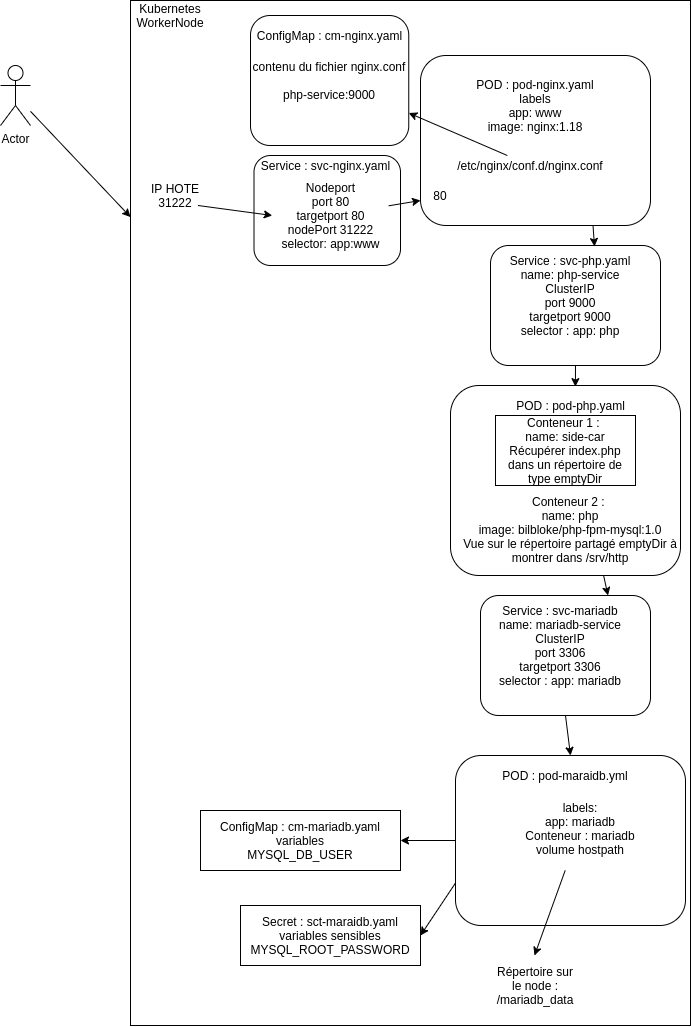
Before: TP_Stack_NPM/Schéma1.png, a diagram exported from draw.io (jpvivier44/Kubernetes). Source tidied: cells renumbered, new cells last; positions are measured from the earlier drawing's top-left corner, leaving out a move shared by most shapes.
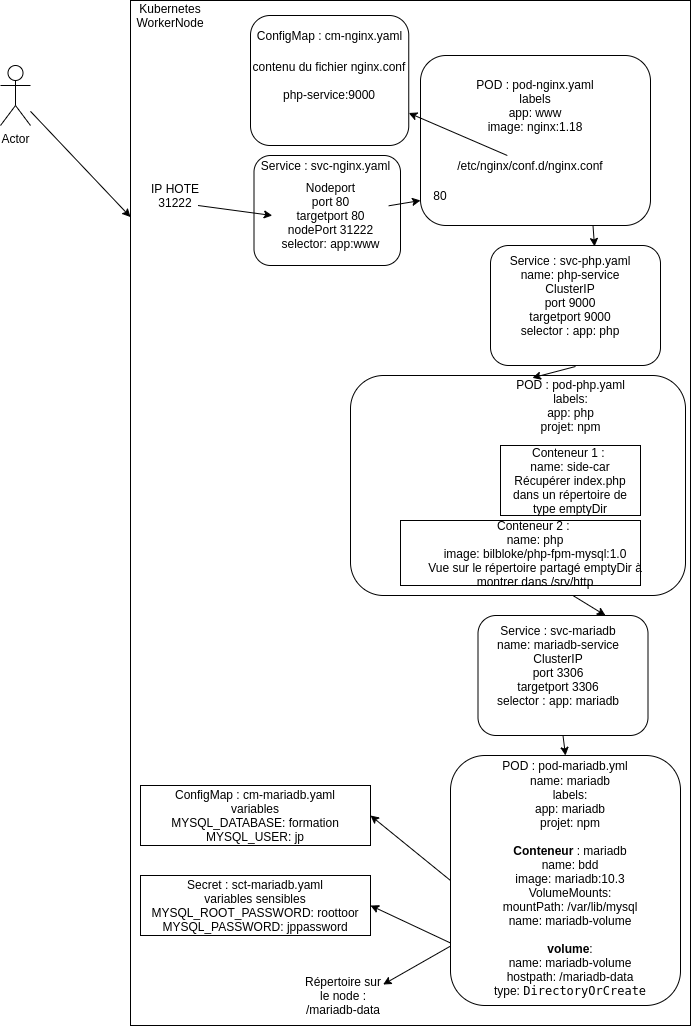
The same diagram one commit later.

Commit message:
Modif architecture

Change to the diagram source:
```diff
@@ -2,23 +2,23 @@
   <root>
     <mxCell id="0" />
     <mxCell id="1" parent="0" />
-    <mxCell id="2" style="rounded=0;whiteSpace=wrap;html=1;" parent="1" vertex="1">
-      <mxGeometry x="515" y="489.5" width="120" height="60" as="geometry" />
-    </mxCell>
     <mxCell id="3" style="rounded=0;whiteSpace=wrap;html=1;" parent="1" vertex="1">
       <mxGeometry x="130" width="560" height="1025" as="geometry" />
     </mxCell>
+    <mxCell id="6" style="rounded=1;whiteSpace=wrap;html=1;" parent="1" vertex="1">
+      <mxGeometry x="350" y="375" width="335" height="220" as="geometry" />
+    </mxCell>
+    <mxCell id="41" style="rounded=0;whiteSpace=wrap;html=1;" parent="1" vertex="1">
+      <mxGeometry x="400" y="520" width="240" height="65" as="geometry" />
+    </mxCell>
     <mxCell id="4" style="rounded=1;whiteSpace=wrap;html=1;" parent="1" vertex="1">
       <mxGeometry x="420" y="55" width="230" height="170" as="geometry" />
     </mxCell>
     <mxCell id="5" style="rounded=1;whiteSpace=wrap;html=1;" parent="1" vertex="1">
-      <mxGeometry x="455" y="755" width="230" height="170" as="geometry" />
+      <mxGeometry x="450" y="755" width="230" height="250" as="geometry" />
     </mxCell>
-    <mxCell id="6" style="rounded=1;whiteSpace=wrap;html=1;" parent="1" vertex="1">
-      <mxGeometry x="450" y="385" width="230" height="190" as="geometry" />
-    </mxCell>
-    <mxCell id="7" value="POD : pod-maraidb.yml" style="text;html=1;strokeColor=none;fillColor=none;align=center;verticalAlign=middle;whiteSpace=wrap;rounded=0;" parent="1" vertex="1">
-      <mxGeometry x="470" y="765" width="190" height="20" as="geometry" />
+    <mxCell id="7" value="POD : pod-mariadb.yml" style="text;html=1;strokeColor=none;fillColor=none;align=center;verticalAlign=middle;whiteSpace=wrap;rounded=0;" parent="1" vertex="1">
+      <mxGeometry x="470" y="755" width="190" height="20" as="geometry" />
     </mxCell>
     <mxCell id="8" value="POD : pod-nginx.yaml&lt;br&gt;labels&lt;br&gt;app: www&lt;br&gt;image: nginx:1.18" style="text;html=1;strokeColor=none;fillColor=none;align=center;verticalAlign=middle;whiteSpace=wrap;rounded=0;" parent="1" vertex="1">
       <mxGeometry x="470" y="85" width="130" height="40" as="geometry" />
@@ -66,7 +66,7 @@
       <mxGeometry x="500" y="285" width="140" height="20" as="geometry" />
     </mxCell>
     <mxCell id="23" value="Conteneur 2 : &lt;br&gt;name: php&lt;br&gt;image: bilbloke/php-fpm-mysql:1.0&lt;br&gt;Vue sur le répertoire partagé emptyDir à montrer dans /srv/http" style="text;html=1;strokeColor=none;fillColor=none;align=center;verticalAlign=middle;whiteSpace=wrap;rounded=0;" parent="1" vertex="1">
-      <mxGeometry x="460" y="509.5" width="220" height="40" as="geometry" />
+      <mxGeometry x="425" y="532.5" width="220" height="40" as="geometry" />
     </mxCell>
     <mxCell id="24" style="endArrow=classic;html=1;exitX=0.75;exitY=1;exitDx=0;exitDy=0;entryX=0.612;entryY=0.008;entryDx=0;entryDy=0;entryPerimeter=0;" parent="1" edge="1" source="4" target="21">
       <mxGeometry relative="1" as="geometry" />
@@ -75,19 +75,22 @@
       <mxGeometry relative="1" as="geometry" />
     </mxCell>
     <mxCell id="26" value="Conteneur 1 : &lt;br&gt;name: side-car&lt;br&gt;Récupérer index.php&lt;br&gt;dans un répertoire de type emptyDir" style="rounded=0;whiteSpace=wrap;html=1;" parent="1" vertex="1">
-      <mxGeometry x="495" y="415" width="140" height="70" as="geometry" />
+      <mxGeometry x="500" y="445" width="140" height="70" as="geometry" />
     </mxCell>
-    <mxCell id="27" style="endArrow=classic;html=1;exitX=0.5;exitY=1;exitDx=0;exitDy=0;entryX=0.543;entryY=0.006;entryDx=0;entryDy=0;entryPerimeter=0;" parent="1" edge="1" source="21" target="6">
-      <mxGeometry relative="1" as="geometry" />
+    <mxCell id="27" style="endArrow=classic;html=1;exitX=0.5;exitY=1;exitDx=0;exitDy=0;entryX=0.543;entryY=0.006;entryDx=0;entryDy=0;entryPerimeter=0;" parent="1" edge="1">
+      <mxGeometry relative="1" as="geometry">
+        <mxPoint x="575" y="366" as="sourcePoint" />
+        <mxPoint x="531.9" y="377.3" as="targetPoint" />
+      </mxGeometry>
     </mxCell>
-    <mxCell id="28" value="labels:&lt;br&gt;app: mariadb&lt;br&gt;Conteneur : mariadb&lt;br&gt;volume hostpath" style="text;html=1;strokeColor=none;fillColor=none;align=center;verticalAlign=middle;whiteSpace=wrap;rounded=0;" parent="1" vertex="1">
-      <mxGeometry x="515" y="785" width="130" height="85" as="geometry" />
+    <mxCell id="28" value="name: mariadb&lt;br&gt;labels:&lt;br&gt;app: mariadb&lt;br&gt;projet: npm&lt;br&gt;&lt;br&gt;&lt;b&gt;Conteneur&lt;/b&gt; : mariadb&lt;br&gt;name: bdd&lt;br&gt;image: mariadb:10.3&lt;br&gt;VolumeMounts:&lt;br&gt;mountPath: /var/lib/mysql&lt;br&gt;name: mariadb-volume&lt;br&gt;&lt;br&gt;&lt;b&gt;volume&lt;/b&gt;:&lt;br&gt;name: mariadb-volume&lt;br&gt;hostpath: /mariadb-data&lt;br&gt;type:&amp;nbsp;&lt;code&gt;DirectoryOrCreate&lt;/code&gt;" style="text;html=1;strokeColor=none;fillColor=none;align=center;verticalAlign=middle;whiteSpace=wrap;rounded=0;" parent="1" vertex="1">
+      <mxGeometry x="505" y="842.5" width="130" height="85" as="geometry" />
     </mxCell>
-    <mxCell id="29" value="ConfigMap : cm-mariadb.yaml&lt;br&gt;variables&lt;br&gt;MYSQL_DB_USER" style="rounded=0;whiteSpace=wrap;html=1;" parent="1" vertex="1">
-      <mxGeometry x="200" y="810" width="200" height="60" as="geometry" />
+    <mxCell id="29" value="ConfigMap : cm-mariadb.yaml&lt;br&gt;variables&lt;br&gt;MYSQL_DATABASE: formation&lt;br&gt;MYSQL_USER: jp" style="rounded=0;whiteSpace=wrap;html=1;" parent="1" vertex="1">
+      <mxGeometry x="140" y="785" width="230" height="60" as="geometry" />
     </mxCell>
-    <mxCell id="30" value="Secret : sct-maraidb.yaml&lt;br&gt;variables sensibles&lt;br&gt;MYSQL_ROOT_PASSWORD" style="rounded=0;whiteSpace=wrap;html=1;" parent="1" vertex="1">
-      <mxGeometry x="240" y="905" width="180" height="60" as="geometry" />
+    <mxCell id="30" value="Secret : sct-mariadb.yaml&lt;br&gt;variables sensibles&lt;br&gt;MYSQL_ROOT_PASSWORD: roottoor&lt;br&gt;MYSQL_PASSWORD: jppassword" style="rounded=0;whiteSpace=wrap;html=1;" parent="1" vertex="1">
+      <mxGeometry x="140" y="875" width="230" height="60" as="geometry" />
     </mxCell>
     <mxCell id="31" style="endArrow=classic;html=1;exitX=0;exitY=0.5;exitDx=0;exitDy=0;entryX=1;entryY=0.5;entryDx=0;entryDy=0;" parent="1" edge="1" source="5" target="29">
       <mxGeometry relative="1" as="geometry" />
@@ -95,22 +98,20 @@
     <mxCell id="32" style="endArrow=classic;html=1;exitX=0;exitY=0.75;exitDx=0;exitDy=0;entryX=1;entryY=0.5;entryDx=0;entryDy=0;" parent="1" edge="1" source="5" target="30">
       <mxGeometry relative="1" as="geometry" />
     </mxCell>
-    <mxCell id="33" value="Répertoire sur le node :&lt;br&gt;/mariadb_data" style="text;html=1;strokeColor=none;fillColor=none;align=center;verticalAlign=middle;whiteSpace=wrap;rounded=0;" parent="1" vertex="1">
-      <mxGeometry x="490" y="975" width="90" height="20" as="geometry" />
+    <mxCell id="33" value="Répertoire sur le node :&lt;br&gt;/mariadb-data" style="text;html=1;strokeColor=none;fillColor=none;align=center;verticalAlign=middle;whiteSpace=wrap;rounded=0;" parent="1" vertex="1">
+      <mxGeometry x="298.2" y="985" width="90" height="20" as="geometry" />
     </mxCell>
     <mxCell id="34" value="Kubernetes WorkerNode" style="text;html=1;strokeColor=none;fillColor=none;align=center;verticalAlign=middle;whiteSpace=wrap;rounded=0;" parent="1" vertex="1">
       <mxGeometry x="150" y="5" width="40" height="20" as="geometry" />
     </mxCell>
-    <mxCell id="35" style="endArrow=classic;html=1;" parent="1" edge="1" source="28">
-      <mxGeometry relative="1" as="geometry">
-        <mxPoint x="534" y="955" as="targetPoint" />
-      </mxGeometry>
+    <mxCell id="35" style="endArrow=classic;html=1;entryX=0.938;entryY=-0.05;entryDx=0;entryDy=0;entryPerimeter=0;" parent="1" edge="1" source="5" target="33">
+      <mxGeometry relative="1" as="geometry" />
     </mxCell>
     <mxCell id="36" style="rounded=1;whiteSpace=wrap;html=1;" parent="1" vertex="1">
-      <mxGeometry x="480" y="595" width="170" height="120" as="geometry" />
+      <mxGeometry x="477.5" y="615" width="170" height="120" as="geometry" />
     </mxCell>
     <mxCell id="37" value="Service : svc-mariadb&lt;br&gt;name: mariadb-service&lt;br&gt;ClusterIP&lt;br&gt;port 3306&lt;br&gt;targetport 3306&lt;br&gt;selector : app: mariadb" style="text;html=1;strokeColor=none;fillColor=none;align=center;verticalAlign=middle;whiteSpace=wrap;rounded=0;" parent="1" vertex="1">
-      <mxGeometry x="490" y="635" width="140" height="20" as="geometry" />
+      <mxGeometry x="487.5" y="655" width="140" height="20" as="geometry" />
     </mxCell>
     <mxCell id="38" style="endArrow=classic;html=1;exitX=0.666;exitY=1.002;exitDx=0;exitDy=0;entryX=0.75;entryY=0;entryDx=0;entryDy=0;exitPerimeter=0;" parent="1" edge="1" source="6" target="36">
       <mxGeometry relative="1" as="geometry" />
@@ -118,7 +119,7 @@
     <mxCell id="39" style="endArrow=classic;html=1;exitX=0.5;exitY=1;exitDx=0;exitDy=0;entryX=0.5;entryY=0;entryDx=0;entryDy=0;" parent="1" edge="1" source="36" target="5">
       <mxGeometry relative="1" as="geometry" />
     </mxCell>
-    <mxCell id="40" value="POD : pod-php.yaml" style="text;html=1;strokeColor=none;fillColor=none;align=center;verticalAlign=middle;whiteSpace=wrap;rounded=0;" parent="1" vertex="1">
+    <mxCell id="40" value="POD : pod-php.yaml&lt;br&gt;labels:&lt;br&gt;app: php&lt;br&gt;projet: npm" style="text;html=1;strokeColor=none;fillColor=none;align=center;verticalAlign=middle;whiteSpace=wrap;rounded=0;" parent="1" vertex="1">
       <mxGeometry x="492.5" y="395" width="155" height="20" as="geometry" />
     </mxCell>
   </root>
```
